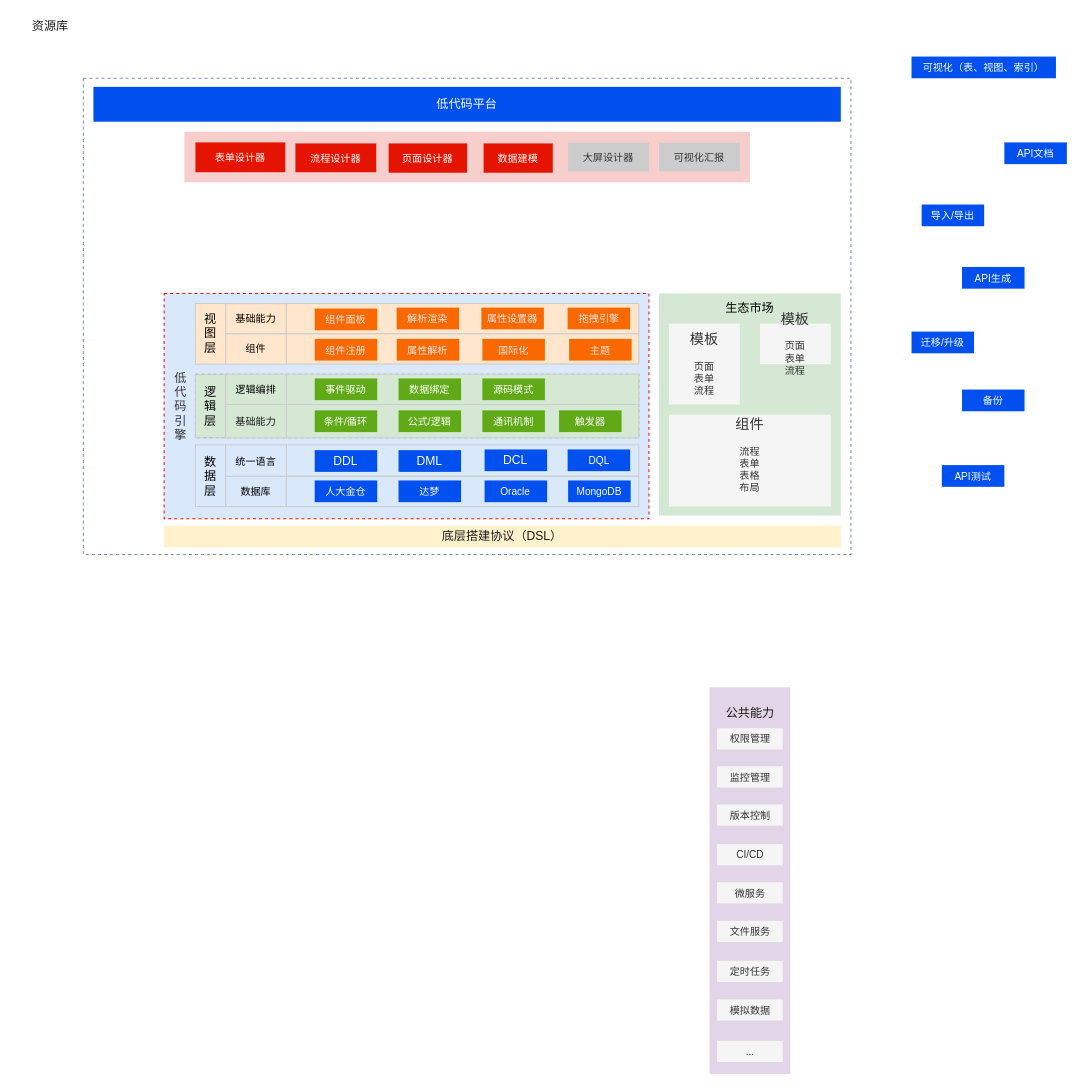
The draw.io diagram 低代码—泳道图—研究内容.drawio in tangyaosimida/love, before the edit. Source tidied: cells renumbered, new cells numbered last; positions are measured from the earlier drawing's top-left corner, leaving out a move shared by most shapes. Both pictures are drawn from the tidied source at 101%, with x=0, y=0 at pixel (17, 17).
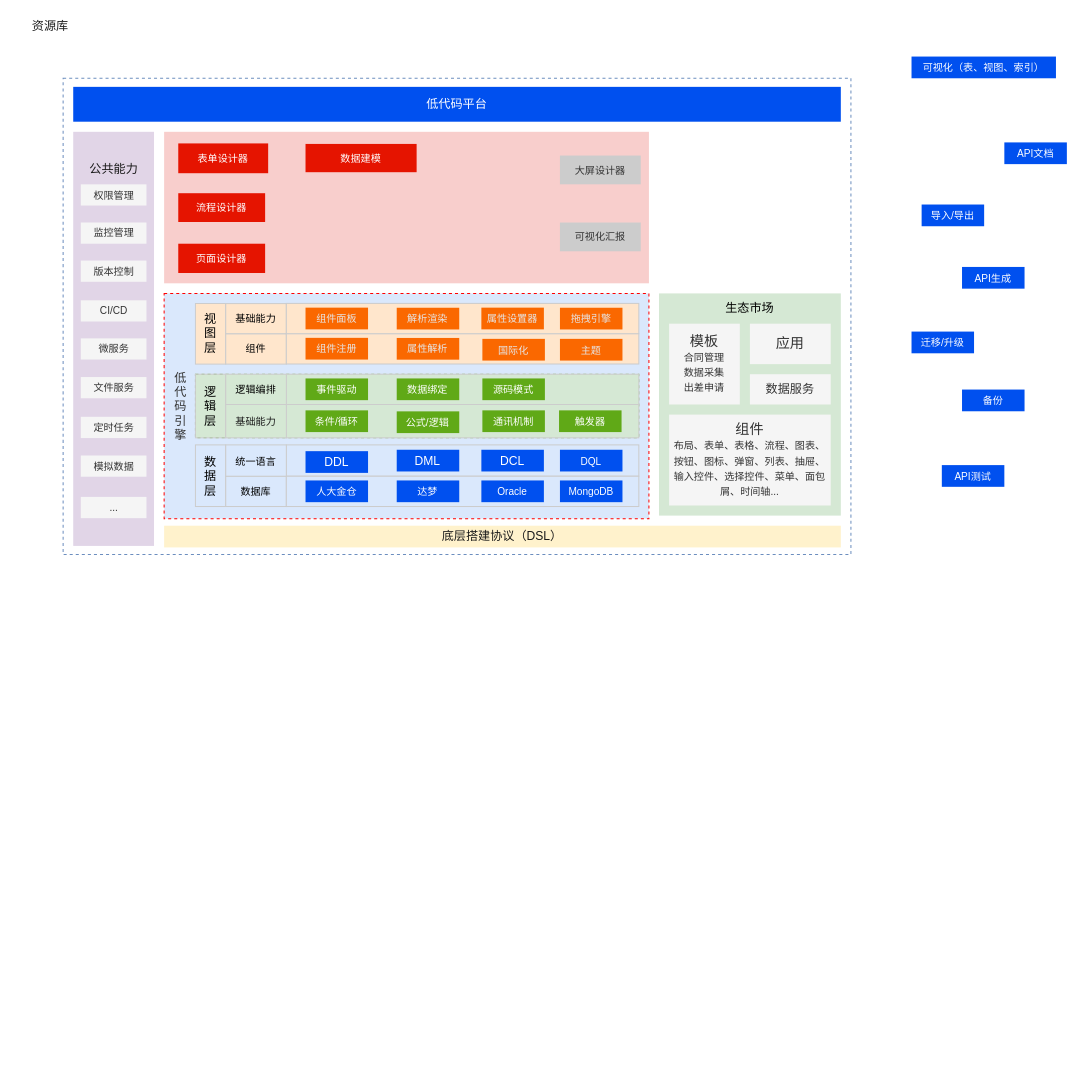
After the change.

Commit message (it also covers changes not shown here):
更新低代码—泳道图—研究内容.drawio

Diff of the diagram source:
```diff
@@
     <mxCell id="2" style="rounded=0;whiteSpace=wrap;html=1;dashed=1;fillColor=none;strokeColor=#6c8ebf;strokeWidth=1;" parent="1" vertex="1">
-      <mxGeometry x="65" y="60" width="760" height="471.5" as="geometry" />
+      <mxGeometry x="45" y="60" width="780" height="471.5" as="geometry" />
     </mxCell>
@@
     <mxCell id="4" style="rounded=0;whiteSpace=wrap;html=1;fillColor=#f8cecc;strokeColor=none;" parent="1" vertex="1">
-      <mxGeometry x="165" y="113" width="560" height="50" as="geometry" />
+      <mxGeometry x="145" y="113" width="480" height="150" as="geometry" />
     </mxCell>
     <mxCell id="5" style="rounded=0;whiteSpace=wrap;html=1;strokeWidth=1;strokeColor=none;fillColor=#e1d5e7;" parent="1" vertex="1">
-      <mxGeometry x="685" y="663" width="80" height="383" as="geometry" />
+      <mxGeometry x="55" y="113" width="80" height="410" as="geometry" />
     </mxCell>
     <mxCell id="6" value="低代码平台" style="rounded=0;whiteSpace=wrap;html=1;fillColor=#0050ef;fontColor=#ffffff;strokeColor=none;" parent="1" vertex="1">
-      <mxGeometry x="75" y="68.5" width="740" height="34.5" as="geometry" />
+      <mxGeometry x="55" y="68.5" width="760" height="34.5" as="geometry" />
     </mxCell>
@@
     <mxCell id="8" value="大屏设计器" style="rounded=0;whiteSpace=wrap;html=1;fillColor=#CCCCCC;fontColor=#333333;strokeColor=none;fontSize=10;" parent="1" vertex="1">
-      <mxGeometry x="545" y="123.8" width="80" height="28.5" as="geometry" />
+      <mxGeometry x="536.9" y="136.5" width="80" height="28.5" as="geometry" />
     </mxCell>
     <mxCell id="9" value="公共能力" style="text;html=1;align=center;verticalAlign=middle;whiteSpace=wrap;rounded=0;fontColor=#1A1A1A;" parent="1" vertex="1">
-      <mxGeometry x="692.5" y="679.8" width="65" height="18.5" as="geometry" />
+      <mxGeometry x="62.5" y="141.2" width="65" height="18.5" as="geometry" />
     </mxCell>
@@
     <mxCell id="11" value="数据建模" style="rounded=0;whiteSpace=wrap;html=1;fillColor=#e51400;fontColor=#ffffff;strokeColor=none;fontSize=10;" parent="1" vertex="1">
-      <mxGeometry x="461.3" y="124.5" width="68.5" height="29" as="geometry" />
+      <mxGeometry x="285" y="125" width="110" height="28" as="geometry" />
     </mxCell>
     <mxCell id="12" value="可视化汇报" style="rounded=0;whiteSpace=wrap;html=1;fillColor=#CCCCCC;fontColor=#333333;strokeColor=none;fontSize=10;" parent="1" vertex="1">
-      <mxGeometry x="635" y="123.8" width="80" height="28.5" as="geometry" />
+      <mxGeometry x="536.9" y="202.8" width="80" height="28.5" as="geometry" />
     </mxCell>
     <mxCell id="13" value="表单设计器" style="rounded=0;whiteSpace=wrap;html=1;fillColor=#e51400;fontColor=#ffffff;strokeColor=none;fontSize=10;" parent="1" vertex="1">
-      <mxGeometry x="176" y="123.5" width="89" height="29.5" as="geometry" />
+      <mxGeometry x="159" y="124.5" width="89" height="29.5" as="geometry" />
     </mxCell>
     <mxCell id="14" value="流程设计器" style="rounded=0;whiteSpace=wrap;html=1;fillColor=#e51400;fontColor=#ffffff;strokeColor=none;fontSize=10;" parent="1" vertex="1">
-      <mxGeometry x="275" y="124.5" width="80" height="28.5" as="geometry" />
+      <mxGeometry x="159" y="173.8" width="86" height="28.5" as="geometry" />
     </mxCell>
     <mxCell id="15" value="页面设计器" style="rounded=0;whiteSpace=wrap;html=1;fillColor=#e51400;fontColor=#ffffff;strokeColor=none;fontSize=10;" parent="1" vertex="1">
-      <mxGeometry x="367.3" y="124.5" width="77.7" height="29" as="geometry" />
+      <mxGeometry x="159" y="223.8" width="86" height="29" as="geometry" />
     </mxCell>
@@
     <mxCell id="17" value="权限管理" style="rounded=0;whiteSpace=wrap;html=1;strokeColor=none;fillColor=#f5f5f5;fontColor=#333333;fontSize=10;" parent="1" vertex="1">
-      <mxGeometry x="692.5" y="703.5" width="65" height="21" as="geometry" />
+      <mxGeometry x="62.5" y="165" width="65" height="21" as="geometry" />
     </mxCell>
     <mxCell id="18" value="监控管理" style="rounded=0;whiteSpace=wrap;html=1;strokeColor=none;fillColor=#f5f5f5;fontColor=#333333;fontSize=10;" parent="1" vertex="1">
-      <mxGeometry x="692.5" y="741.2" width="65" height="21" as="geometry" />
+      <mxGeometry x="62.5" y="202.8" width="65" height="21" as="geometry" />
     </mxCell>
     <mxCell id="19" value="版本控制" style="rounded=0;whiteSpace=wrap;html=1;strokeColor=none;fillColor=#f5f5f5;fontColor=#333333;fontSize=10;" parent="1" vertex="1">
-      <mxGeometry x="692.5" y="779" width="65" height="21" as="geometry" />
+      <mxGeometry x="62.5" y="240.5" width="65" height="21" as="geometry" />
     </mxCell>
     <mxCell id="20" value="CI/CD" style="rounded=0;whiteSpace=wrap;html=1;strokeColor=none;fillColor=#f5f5f5;fontColor=#333333;fontSize=10;" parent="1" vertex="1">
-      <mxGeometry x="692.5" y="818.2" width="65" height="21" as="geometry" />
+      <mxGeometry x="62.5" y="279.8" width="65" height="21" as="geometry" />
     </mxCell>
     <mxCell id="21" value="微服务" style="rounded=0;whiteSpace=wrap;html=1;strokeColor=none;fillColor=#f5f5f5;fontColor=#333333;fontSize=10;" parent="1" vertex="1">
-      <mxGeometry x="692.5" y="856" width="65" height="21" as="geometry" />
+      <mxGeometry x="62.5" y="317.5" width="65" height="21" as="geometry" />
     </mxCell>
     <mxCell id="22" value="文件服务" style="rounded=0;whiteSpace=wrap;html=1;strokeColor=none;fillColor=#f5f5f5;fontColor=#333333;fontSize=10;" parent="1" vertex="1">
-      <mxGeometry x="692.5" y="894.2" width="65" height="21" as="geometry" />
+      <mxGeometry x="62.5" y="355.8" width="65" height="21" as="geometry" />
     </mxCell>
     <mxCell id="23" value="定时任务" style="rounded=0;whiteSpace=wrap;html=1;strokeColor=none;fillColor=#f5f5f5;fontColor=#333333;fontSize=10;" parent="1" vertex="1">
-      <mxGeometry x="692.5" y="933.8" width="65" height="21" as="geometry" />
+      <mxGeometry x="62.5" y="395.2" width="65" height="21" as="geometry" />
     </mxCell>
     <mxCell id="24" value="模拟数据" style="rounded=0;whiteSpace=wrap;html=1;strokeColor=none;fillColor=#f5f5f5;fontColor=#333333;fontSize=10;" parent="1" vertex="1">
-      <mxGeometry x="692.5" y="972" width="65" height="21" as="geometry" />
+      <mxGeometry x="62.5" y="433.5" width="65" height="21" as="geometry" />
     </mxCell>
     <mxCell id="25" value="..." style="rounded=0;whiteSpace=wrap;html=1;strokeColor=none;fillColor=#f5f5f5;fontColor=#333333;fontSize=10;" parent="1" vertex="1">
-      <mxGeometry x="692.5" y="1013" width="65" height="21" as="geometry" />
+      <mxGeometry x="62.5" y="474.5" width="65" height="21" as="geometry" />
     </mxCell>
@@
     <mxCell id="31" value="人大金仓" style="rounded=0;whiteSpace=wrap;html=1;fillColor=#0050ef;fontColor=#ffffff;strokeColor=none;fontSize=10;" parent="1" vertex="1">
-      <mxGeometry x="294.1" y="458.2" width="61.9" height="21.5" as="geometry" />
+      <mxGeometry x="285" y="458.2" width="61.9" height="21.5" as="geometry" />
     </mxCell>
     <mxCell id="32" value="达梦" style="rounded=0;whiteSpace=wrap;html=1;fillColor=#0050ef;fontColor=#ffffff;strokeColor=none;fontSize=10;" parent="1" vertex="1">
-      <mxGeometry x="377.1" y="458.2" width="61.9" height="21.5" as="geometry" />
+      <mxGeometry x="375.3" y="458.2" width="61.9" height="21.5" as="geometry" />
     </mxCell>
     <mxCell id="33" value="Oracle" style="rounded=0;whiteSpace=wrap;html=1;fillColor=#0050ef;fontColor=#ffffff;strokeColor=none;fontSize=10;" parent="1" vertex="1">
-      <mxGeometry x="462.3" y="458.2" width="61.9" height="21.5" as="geometry" />
+      <mxGeometry x="459.1" y="458.2" width="61.9" height="21.5" as="geometry" />
     </mxCell>
     <mxCell id="34" value="MongoDB" style="rounded=0;whiteSpace=wrap;html=1;fillColor=#0050ef;fontColor=#ffffff;strokeColor=none;fontSize=10;" parent="1" vertex="1">
-      <mxGeometry x="545" y="458.2" width="61.9" height="21.5" as="geometry" />
+      <mxGeometry x="536.9" y="458.2" width="61.9" height="21.5" as="geometry" />
     </mxCell>
     <mxCell id="35" value="DDL" style="rounded=0;whiteSpace=wrap;html=1;fillColor=#0050ef;fontColor=#ffffff;strokeColor=none;" parent="1" vertex="1">
-      <mxGeometry x="294.1" y="428.2" width="61.9" height="21.5" as="geometry" />
+      <mxGeometry x="285" y="429.2" width="61.9" height="21.5" as="geometry" />
     </mxCell>
     <mxCell id="36" value="DML" style="rounded=0;whiteSpace=wrap;html=1;fillColor=#0050ef;fontColor=#ffffff;strokeColor=none;" parent="1" vertex="1">
-      <mxGeometry x="377.1" y="428.2" width="61.9" height="21.5" as="geometry" />
+      <mxGeometry x="375.3" y="427.8" width="61.9" height="21.5" as="geometry" />
     </mxCell>
     <mxCell id="37" value="DCL" style="rounded=0;whiteSpace=wrap;html=1;fillColor=#0050ef;fontColor=#ffffff;strokeColor=none;" parent="1" vertex="1">
-      <mxGeometry x="462.3" y="427.5" width="61.9" height="21.5" as="geometry" />
+      <mxGeometry x="459.1" y="427.8" width="61.9" height="21.5" as="geometry" />
     </mxCell>
     <mxCell id="38" value="DQL" style="rounded=0;whiteSpace=wrap;html=1;fillColor=#0050ef;fontColor=#ffffff;strokeColor=none;fontSize=10;" parent="1" vertex="1">
-      <mxGeometry x="544.5" y="427.5" width="61.9" height="21.5" as="geometry" />
+      <mxGeometry x="536.9" y="427.8" width="61.9" height="21.5" as="geometry" />
     </mxCell>
@@
     <mxCell id="51" value="条件/循环" style="rounded=0;whiteSpace=wrap;html=1;fillColor=#60a917;fontColor=#ffffff;strokeColor=none;fontSize=10;" parent="1" vertex="1">
-      <mxGeometry x="294.1" y="388.8" width="61.9" height="21.5" as="geometry" />
+      <mxGeometry x="285" y="388.8" width="61.9" height="21.5" as="geometry" />
     </mxCell>
     <mxCell id="52" value="公式/逻辑" style="rounded=0;whiteSpace=wrap;html=1;fillColor=#60a917;fontColor=#ffffff;strokeColor=none;fontSize=10;" parent="1" vertex="1">
-      <mxGeometry x="377.1" y="388.8" width="61.9" height="21.5" as="geometry" />
+      <mxGeometry x="375.3" y="389.8" width="61.9" height="21.5" as="geometry" />
     </mxCell>
@@
     <mxCell id="55" value="事件驱动" style="rounded=0;whiteSpace=wrap;html=1;fillColor=#60a917;fontColor=#ffffff;strokeColor=none;fontSize=10;" parent="1" vertex="1">
-      <mxGeometry x="294.1" y="357.2" width="61.9" height="21.5" as="geometry" />
+      <mxGeometry x="285" y="357.2" width="61.9" height="21.5" as="geometry" />
     </mxCell>
     <mxCell id="56" value="数据绑定" style="rounded=0;whiteSpace=wrap;html=1;fillColor=#60a917;fontColor=#ffffff;strokeColor=none;fontSize=10;" parent="1" vertex="1">
-      <mxGeometry x="377.1" y="357.2" width="61.9" height="21.5" as="geometry" />
+      <mxGeometry x="375.3" y="357.2" width="61.9" height="21.5" as="geometry" />
     </mxCell>
@@
     <mxCell id="63" value="组件注册" style="rounded=0;whiteSpace=wrap;html=1;fillColor=#fa6800;strokeColor=none;fontColor=#E6E6E6;fontSize=10;" parent="1" vertex="1">
-      <mxGeometry x="294.1" y="318" width="61.9" height="21.5" as="geometry" />
+      <mxGeometry x="285" y="317" width="61.9" height="21.5" as="geometry" />
     </mxCell>
     <mxCell id="64" value="属性解析" style="rounded=0;whiteSpace=wrap;html=1;fillColor=#fa6800;strokeColor=none;fontColor=#E6E6E6;fontSize=10;" parent="1" vertex="1">
-      <mxGeometry x="375.3" y="318" width="61.9" height="21.5" as="geometry" />
+      <mxGeometry x="375.3" y="317.1" width="61.9" height="21.5" as="geometry" />
     </mxCell>
@@
     <mxCell id="66" value="主题" style="rounded=0;whiteSpace=wrap;html=1;fillColor=#fa6800;strokeColor=none;fontColor=#E6E6E6;fontSize=10;" parent="1" vertex="1">
-      <mxGeometry x="546" y="318" width="61.9" height="21.5" as="geometry" />
+      <mxGeometry x="536.9" y="318" width="61.9" height="21.5" as="geometry" />
     </mxCell>
     <mxCell id="67" value="&lt;font style=&quot;font-size: 10px;&quot;&gt;组件面板&lt;/font&gt;" style="rounded=0;whiteSpace=wrap;html=1;fillColor=#fa6800;strokeColor=none;fontColor=#E6E6E6;fontSize=10;" parent="1" vertex="1">
-      <mxGeometry x="294.1" y="288" width="61.9" height="21.5" as="geometry" />
+      <mxGeometry x="285" y="287.1" width="61.9" height="21.5" as="geometry" />
     </mxCell>
     <mxCell id="68" value="解析渲染" style="rounded=0;whiteSpace=wrap;html=1;fillColor=#fa6800;strokeColor=none;fontColor=#E6E6E6;fontSize=10;" parent="1" vertex="1">
-      <mxGeometry x="375.2" y="287.1" width="61.9" height="21.5" as="geometry" />
+      <mxGeometry x="375.3" y="287.2" width="61.9" height="21.5" as="geometry" />
     </mxCell>
@@
     <mxCell id="70" value="拖拽引擎" style="rounded=0;whiteSpace=wrap;html=1;fillColor=#fa6800;strokeColor=none;fontColor=#E6E6E6;fontSize=10;" parent="1" vertex="1">
-      <mxGeometry x="544.5" y="287.1" width="61.9" height="21.5" as="geometry" />
+      <mxGeometry x="536.9" y="287.2" width="61.9" height="21.5" as="geometry" />
     </mxCell>
@@
-    <mxCell id="72" value="&lt;font style=&quot;font-size: 14px;&quot;&gt;模板&lt;/font&gt;&lt;div&gt;&lt;br&gt;&lt;/div&gt;&lt;div&gt;&lt;font style=&quot;font-size: 10px;&quot;&gt;页面&lt;/font&gt;&lt;/div&gt;&lt;div&gt;&lt;font style=&quot;font-size: 10px;&quot;&gt;表单&lt;/font&gt;&lt;/div&gt;&lt;div&gt;流程&lt;/div&gt;" style="rounded=0;whiteSpace=wrap;html=1;strokeColor=none;fillColor=#f5f5f5;fontColor=#333333;fontSize=10;" parent="1" vertex="1">
+    <mxCell id="72" value="&lt;font style=&quot;font-size: 14px;&quot;&gt;模板&lt;/font&gt;&lt;div style=&quot;line-height: 150%;&quot;&gt;合同管理&lt;/div&gt;&lt;div style=&quot;line-height: 150%;&quot;&gt;数据采集&lt;/div&gt;&lt;div style=&quot;line-height: 150%;&quot;&gt;出差申请&lt;/div&gt;" style="rounded=0;whiteSpace=wrap;html=1;strokeColor=none;fillColor=#f5f5f5;fontColor=#333333;fontSize=10;" parent="1" vertex="1">
       <mxGeometry x="645" y="303" width="70" height="80" as="geometry" />
     </mxCell>
-    <mxCell id="73" value="&lt;font style=&quot;font-size: 14px;&quot;&gt;组件&lt;/font&gt;&lt;div&gt;&lt;br&gt;&lt;div&gt;流程&lt;/div&gt;&lt;div&gt;表单&lt;/div&gt;&lt;div&gt;表格&lt;/div&gt;&lt;div&gt;布局&lt;/div&gt;&lt;/div&gt;&lt;div&gt;&lt;br&gt;&lt;/div&gt;" style="rounded=0;whiteSpace=wrap;html=1;strokeColor=none;fillColor=#f5f5f5;fontColor=#333333;fontSize=10;" parent="1" vertex="1">
-      <mxGeometry x="645" y="393" width="160" height="91" as="geometry" />
+    <mxCell id="73" value="&lt;font style=&quot;font-size: 14px;&quot;&gt;组件&lt;/font&gt;&lt;div style=&quot;line-height: 150%;&quot;&gt;&lt;div style=&quot;line-height: 150%;&quot;&gt;布局、表单、表格、流程、图表、按钮、图标、弹窗、列表、抽屉、输入控件、选择控件、菜单、面包屑、时间轴...&lt;/div&gt;&lt;/div&gt;" style="rounded=0;whiteSpace=wrap;html=1;strokeColor=none;fillColor=#f5f5f5;fontColor=#333333;fontSize=10;" parent="1" vertex="1">
+      <mxGeometry x="645" y="393" width="160" height="90" as="geometry" />
     </mxCell>
@@
-    <mxCell id="76" value="&lt;font style=&quot;font-size: 14px;&quot;&gt;模板&lt;/font&gt;&lt;div&gt;&lt;br&gt;&lt;/div&gt;&lt;div&gt;&lt;font style=&quot;font-size: 10px;&quot;&gt;页面&lt;/font&gt;&lt;/div&gt;&lt;div&gt;&lt;font style=&quot;font-size: 10px;&quot;&gt;表单&lt;/font&gt;&lt;/div&gt;&lt;div&gt;流程&lt;/div&gt;" style="rounded=0;whiteSpace=wrap;html=1;strokeColor=none;fillColor=#f5f5f5;fontColor=#333333;fontSize=10;" parent="1" vertex="1">
-      <mxGeometry x="735" y="303" width="70" height="40" as="geometry" />
+    <mxCell id="76" value="&lt;span style=&quot;font-size: 14px;&quot;&gt;应用&lt;/span&gt;" style="rounded=0;whiteSpace=wrap;html=1;strokeColor=none;fillColor=#f5f5f5;fontColor=#333333;fontSize=10;" parent="1" vertex="1">
+      <mxGeometry x="725" y="303" width="80" height="40" as="geometry" />
     </mxCell>
+    <mxCell id="77" value="&lt;font style=&quot;font-size: 12px;&quot;&gt;数据服务&lt;/font&gt;" style="rounded=0;whiteSpace=wrap;html=1;strokeColor=none;fillColor=#f5f5f5;fontColor=#333333;fontSize=10;" parent="1" vertex="1">
+      <mxGeometry x="725" y="353" width="80" height="30" as="geometry" />
+    </mxCell>
```
